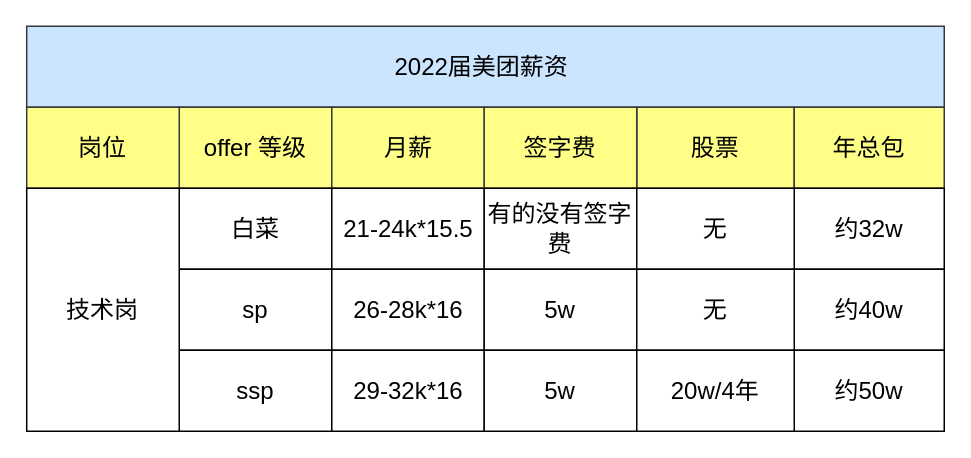
Above: 杂/22届美团.drawio in xiaolincoder/ImageHost4 (draw.io), before the change. Source tidied: cells renumbered, new cells numbered last; positions are measured from the earlier drawing's top-left corner, leaving out a move shared by most shapes. Both pictures are drawn from the tidied source at 150%, with x=0, y=0 at pixel (26, 26).
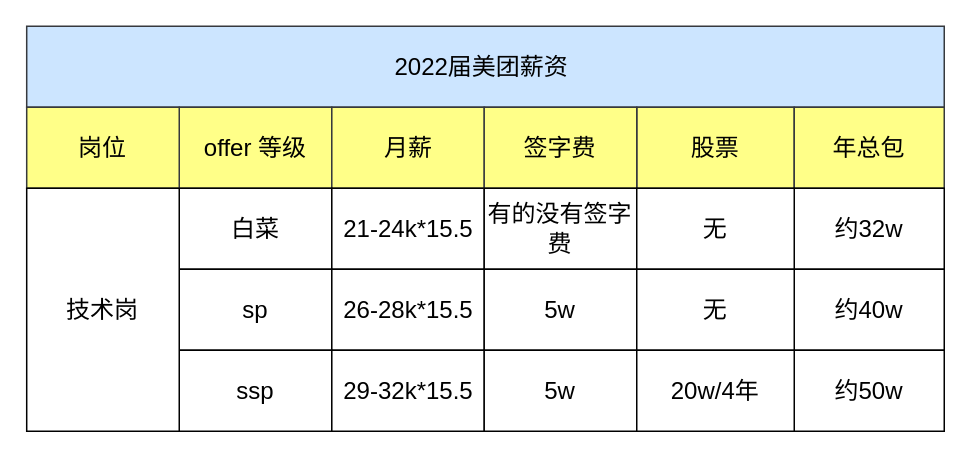
Above is the later version.

The edit, as a diff of the source:
```diff
@@
-    <mxCell id="9" value="26-28k*16" style="rounded=0;whiteSpace=wrap;html=1;fontSize=16;" parent="1" vertex="1">
+    <mxCell id="9" value="26-28k*15.5" style="rounded=0;whiteSpace=wrap;html=1;fontSize=16;" parent="1" vertex="1">
       <mxGeometry x="203.7" y="162" width="101.7" height="54" as="geometry" />
     </mxCell>
@@
-    <mxCell id="11" value="29-32k*16" style="rounded=0;whiteSpace=wrap;html=1;fontSize=16;" parent="1" vertex="1">
+    <mxCell id="11" value="29-32k*15.5" style="rounded=0;whiteSpace=wrap;html=1;fontSize=16;" parent="1" vertex="1">
       <mxGeometry x="203.7" y="216" width="101.7" height="54" as="geometry" />
     </mxCell>
```
